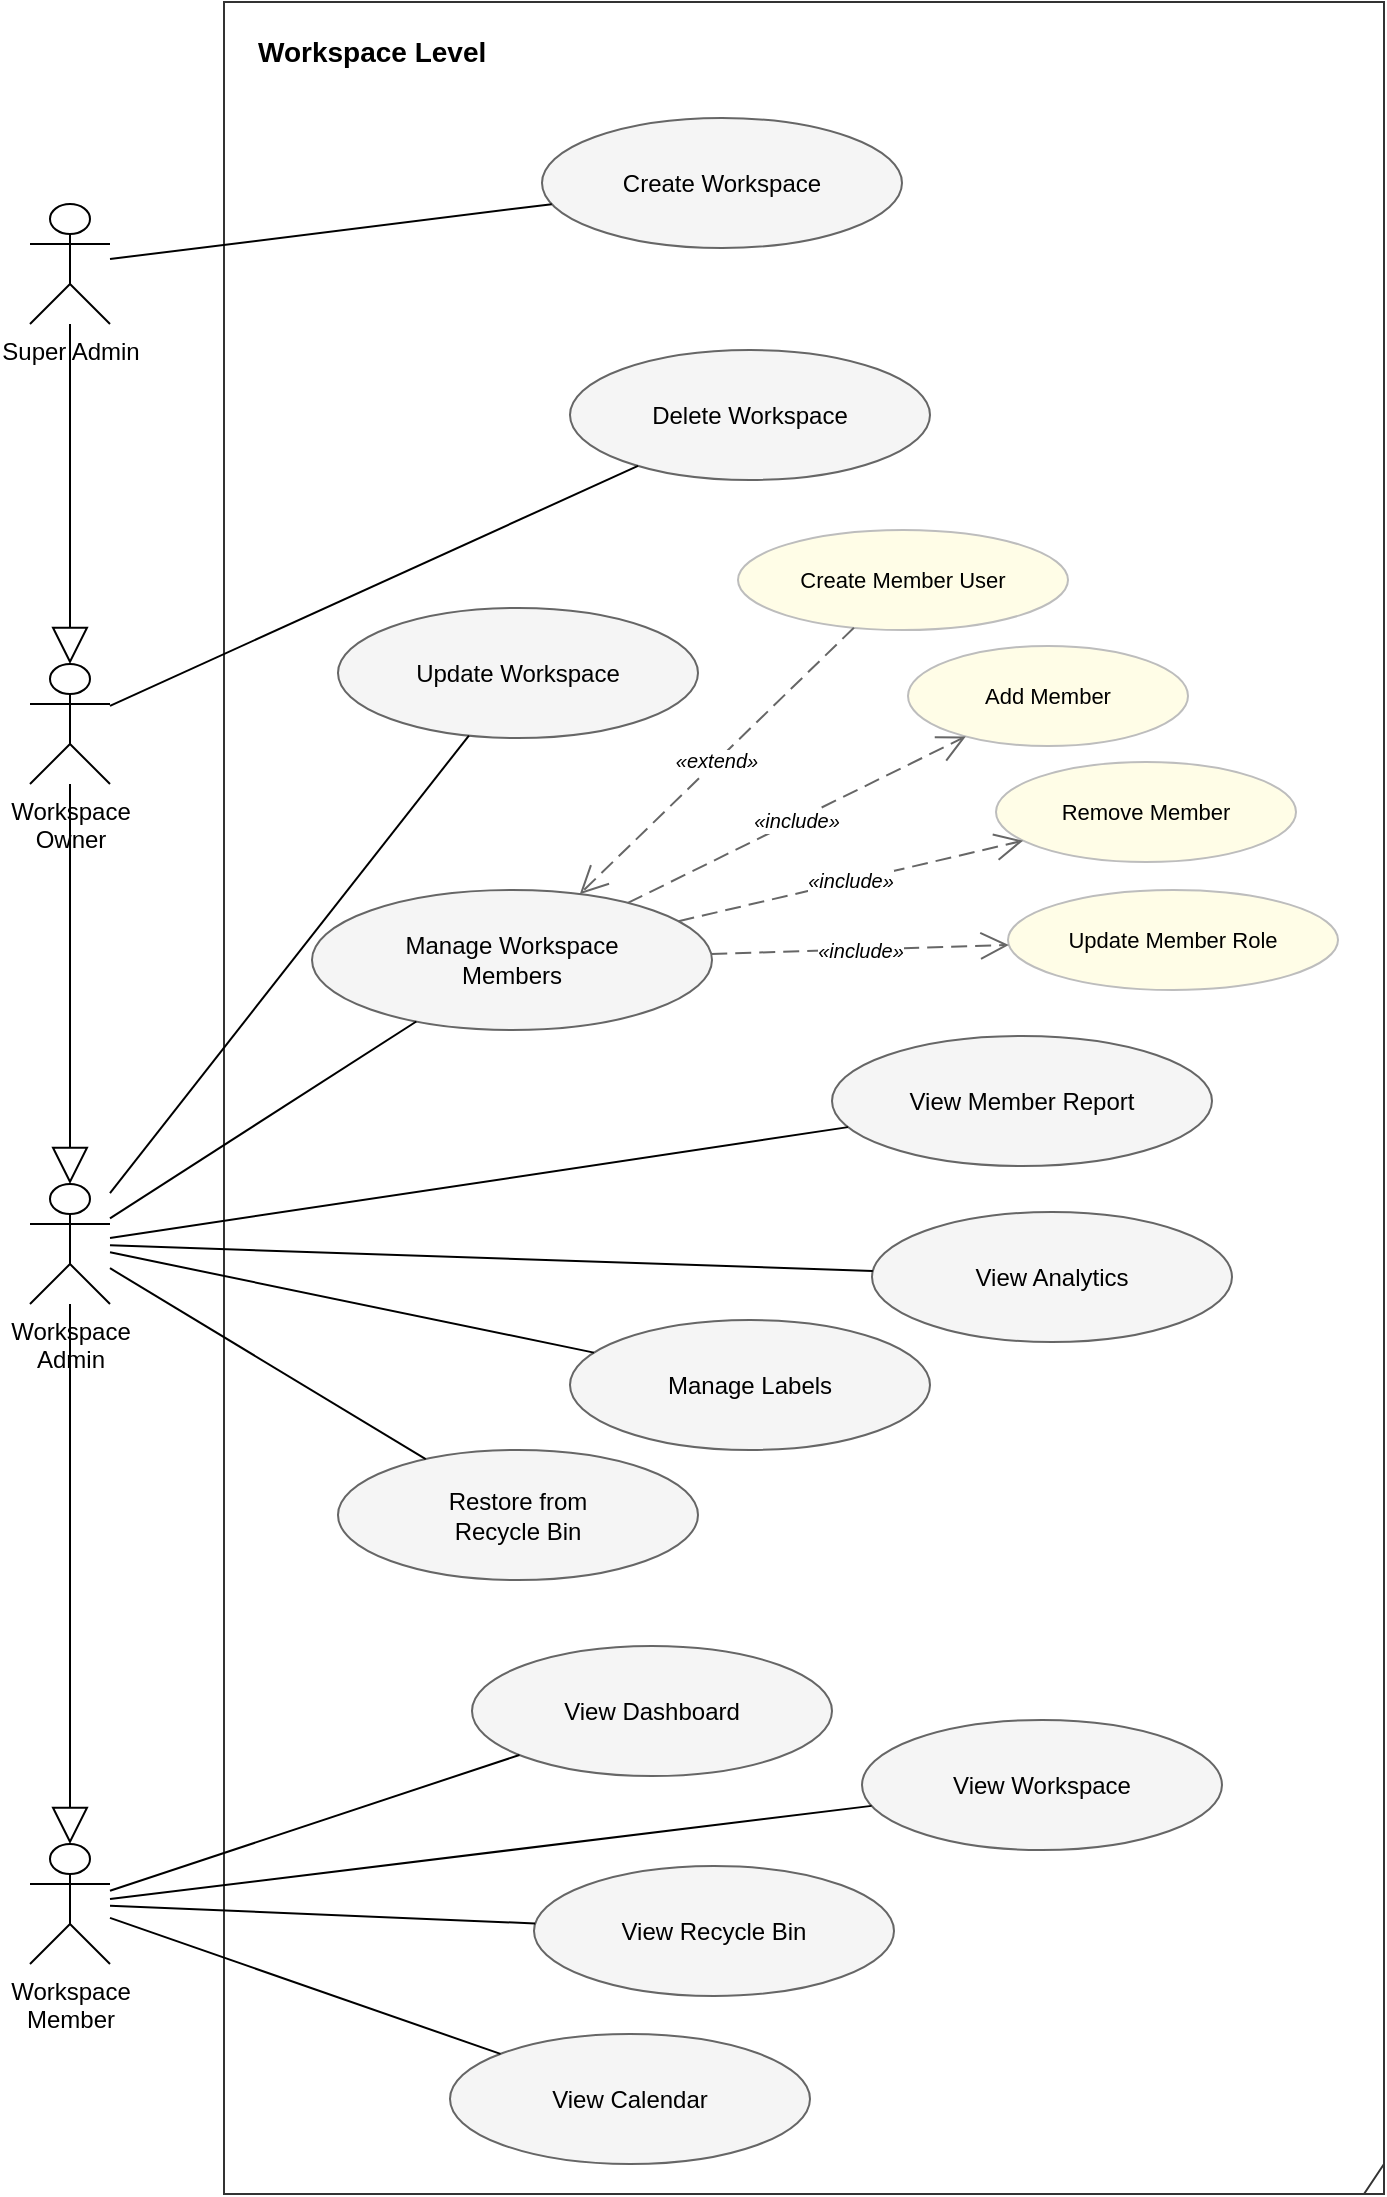
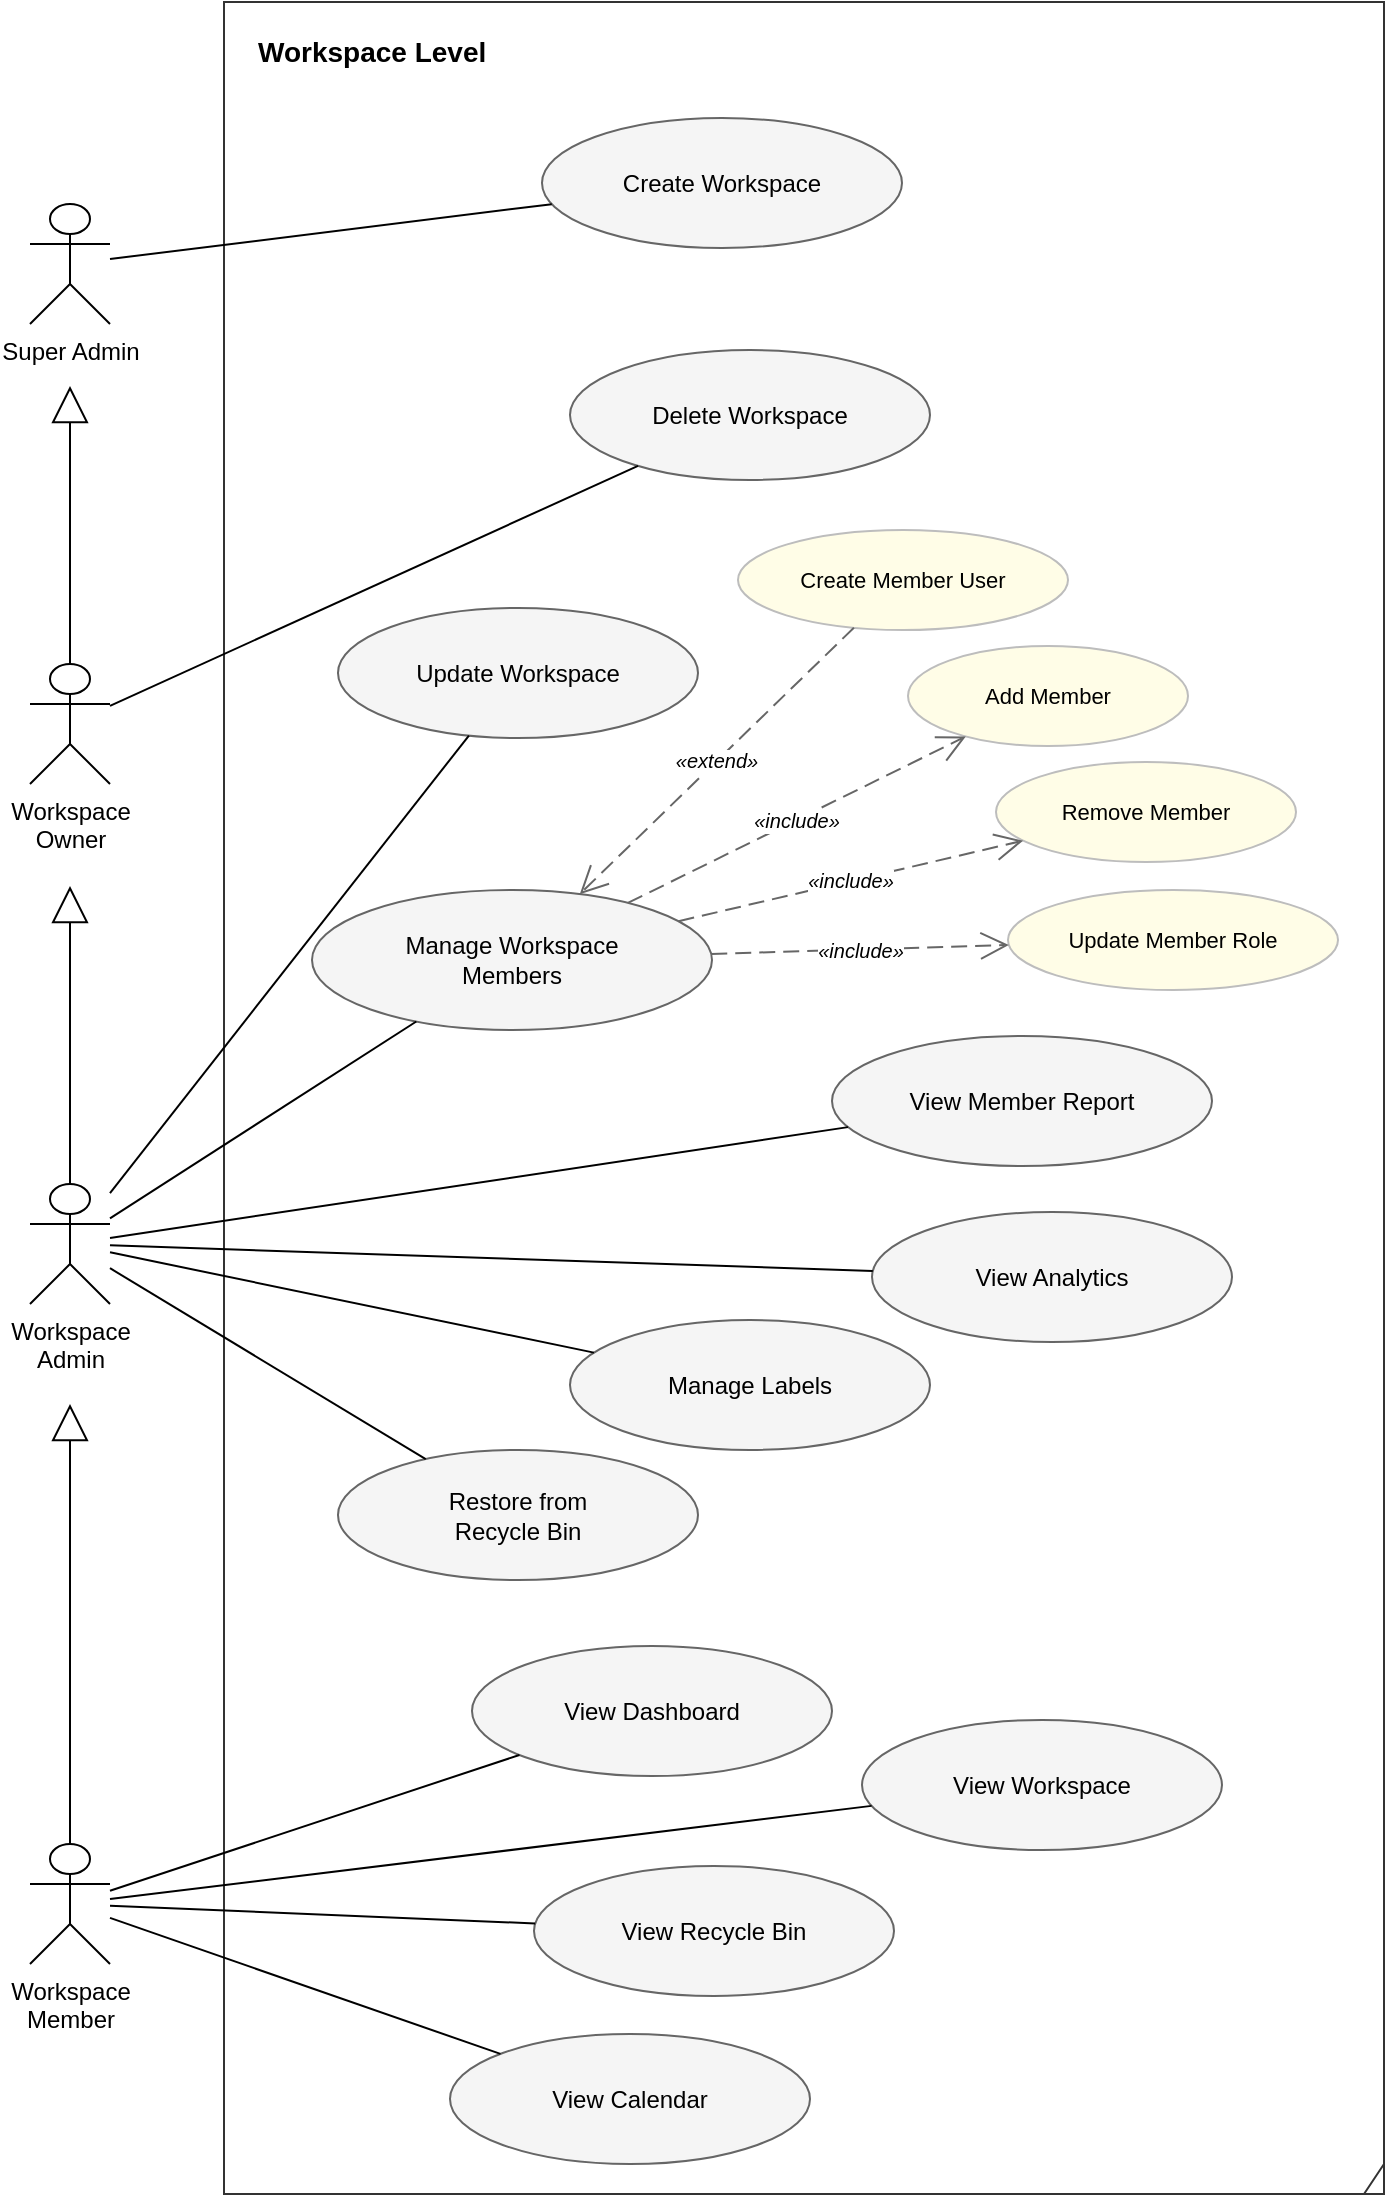
<mxfile host="app.diagrams.net" agent="draw.io">
  <diagram id="workspace-level" name="Use Case - Workspace Level">
-     <mxGraphModel dx="1471" dy="801" grid="0" gridSize="10" guides="1" tooltips="1" connect="1" arrows="1" fold="1" page="1" pageScale="1" pageWidth="2000" pageHeight="1400" math="0" shadow="0">
+     <mxGraphModel dx="2060" dy="1122" grid="0" gridSize="10" guides="1" tooltips="1" connect="1" arrows="1" fold="1" page="1" pageScale="1" pageWidth="2000" pageHeight="1400" math="0" shadow="0">
      <root>
        <mxCell id="0" />
        <mxCell id="1" parent="0" />
        <mxCell id="sys" parent="1" style="shape=umlFrame;whiteSpace=wrap;html=1;width=908;height=1210;fontSize=14;fontStyle=1;align=left;verticalAlign=top;spacingTop=10;spacingLeft=15;fillColor=none;strokeColor=#333333;" value="Workspace Level" vertex="1">
          <mxGeometry height="1096" width="580" x="371" y="92" as="geometry" />
        </mxCell>
        <mxCell id="a_super" parent="1" style="shape=umlActor;verticalLabelPosition=bottom;verticalAlign=top;html=1;outlineConnect=0;fontSize=12;" value="Super Admin" vertex="1">
          <mxGeometry height="60" width="40" x="274" y="193" as="geometry" />
        </mxCell>
        <mxCell id="a_owner" parent="1" style="shape=umlActor;verticalLabelPosition=bottom;verticalAlign=top;html=1;outlineConnect=0;fontSize=12;" value="Workspace&#xa;Owner" vertex="1">
          <mxGeometry height="60" width="40" x="274" y="423" as="geometry" />
        </mxCell>
        <mxCell id="a_admin" parent="1" style="shape=umlActor;verticalLabelPosition=bottom;verticalAlign=top;html=1;outlineConnect=0;fontSize=12;" value="Workspace&#xa;Admin" vertex="1">
          <mxGeometry height="60" width="40" x="274" y="683" as="geometry" />
        </mxCell>
        <mxCell id="a_member" parent="1" style="shape=umlActor;verticalLabelPosition=bottom;verticalAlign=top;html=1;outlineConnect=0;fontSize=12;" value="Workspace&#xa;Member" vertex="1">
          <mxGeometry height="60" width="40" x="274" y="1013" as="geometry" />
        </mxCell>
-         <mxCell id="g1" edge="1" parent="1" source="a_super" style="endArrow=block;endFill=0;endSize=16;html=1;entryX=0.5;entryY=0;entryDx=0;entryDy=0;entryPerimeter=0;" target="a_owner">
+         <mxCell id="g1" edge="1" parent="1" source="a_owner" style="endArrow=block;endFill=0;endSize=16;html=1;exitX=0.5;exitY=0;exitDx=0;exitDy=0;exitPerimeter=0;">
          <mxGeometry relative="1" as="geometry">
            <mxPoint x="233" y="322" as="sourcePoint" />
+             <mxPoint x="294" y="284" as="targetPoint" />
          </mxGeometry>
        </mxCell>
-         <mxCell id="g2" edge="1" parent="1" source="a_owner" style="endArrow=block;endFill=0;endSize=16;html=1;entryX=0.5;entryY=0;entryDx=0;entryDy=0;entryPerimeter=0;" target="a_admin">
+         <mxCell id="g2" edge="1" parent="1" source="a_admin" style="endArrow=block;endFill=0;endSize=16;html=1;exitX=0.5;exitY=0;exitDx=0;exitDy=0;exitPerimeter=0;">
          <mxGeometry relative="1" as="geometry">
-             <mxPoint x="179" y="472" as="sourcePoint" />
+             <mxPoint x="214" y="567" as="sourcePoint" />
+             <mxPoint x="294" y="534" as="targetPoint" />
          </mxGeometry>
        </mxCell>
-         <mxCell id="g3" edge="1" parent="1" source="a_admin" style="endArrow=block;endFill=0;endSize=16;html=1;entryX=0.5;entryY=0;entryDx=0;entryDy=0;entryPerimeter=0;" target="a_member">
+         <mxCell id="g3" edge="1" parent="1" source="a_member" style="endArrow=block;endFill=0;endSize=16;html=1;exitX=0.5;exitY=0;exitDx=0;exitDy=0;exitPerimeter=0;">
          <mxGeometry relative="1" as="geometry">
-             <mxPoint x="141" y="849" as="sourcePoint" />
+             <mxPoint x="204" y="905" as="sourcePoint" />
+             <mxPoint x="294" y="793" as="targetPoint" />
          </mxGeometry>
        </mxCell>
        <mxCell id="uc01" parent="1" style="ellipse;whiteSpace=wrap;html=1;fontSize=12;fillColor=#f5f5f5;strokeColor=#666666;" value="Create Workspace" vertex="1">
          <mxGeometry height="65" width="180" x="530" y="150" as="geometry" />
        </mxCell>
        <mxCell id="uc02" parent="1" style="ellipse;whiteSpace=wrap;html=1;fontSize=12;fillColor=#f5f5f5;strokeColor=#666666;" value="Delete Workspace" vertex="1">
          <mxGeometry height="65" width="180" x="544" y="266" as="geometry" />
        </mxCell>
        <mxCell id="uc03" parent="1" style="ellipse;whiteSpace=wrap;html=1;fontSize=12;fillColor=#f5f5f5;strokeColor=#666666;" value="Update Workspace" vertex="1">
          <mxGeometry height="65" width="180" x="428" y="395" as="geometry" />
        </mxCell>
        <mxCell id="uc04" parent="1" style="ellipse;whiteSpace=wrap;html=1;fontSize=12;fillColor=#f5f5f5;strokeColor=#666666;" value="Manage Workspace&#xa;Members" vertex="1">
          <mxGeometry height="70" width="200" x="415" y="536" as="geometry" />
        </mxCell>
        <mxCell id="uc05" parent="1" style="ellipse;whiteSpace=wrap;html=1;fontSize=12;fillColor=#f5f5f5;strokeColor=#666666;" value="Manage Labels" vertex="1">
          <mxGeometry height="65" width="180" x="544" y="751" as="geometry" />
        </mxCell>
        <mxCell id="uc08" parent="1" style="ellipse;whiteSpace=wrap;html=1;fontSize=12;fillColor=#f5f5f5;strokeColor=#666666;" value="Restore from&#xa;Recycle Bin" vertex="1">
          <mxGeometry height="65" width="180" x="428" y="816" as="geometry" />
        </mxCell>
        <mxCell id="uc09" parent="1" style="ellipse;whiteSpace=wrap;html=1;fontSize=12;fillColor=#f5f5f5;strokeColor=#666666;" value="View Workspace" vertex="1">
          <mxGeometry height="65" width="180" x="690" y="951" as="geometry" />
        </mxCell>
        <mxCell id="uc10" parent="1" style="ellipse;whiteSpace=wrap;html=1;fontSize=12;fillColor=#f5f5f5;strokeColor=#666666;" value="View Dashboard" vertex="1">
          <mxGeometry height="65" width="180" x="495" y="914" as="geometry" />
        </mxCell>
        <mxCell id="uc12" parent="1" style="ellipse;whiteSpace=wrap;html=1;fontSize=12;fillColor=#f5f5f5;strokeColor=#666666;" value="View Calendar" vertex="1">
          <mxGeometry height="65" width="180" x="484" y="1108" as="geometry" />
        </mxCell>
        <mxCell id="uc14" parent="1" style="ellipse;whiteSpace=wrap;html=1;fontSize=12;fillColor=#f5f5f5;strokeColor=#666666;" value="View Recycle Bin" vertex="1">
          <mxGeometry height="65" width="180" x="526" y="1024" as="geometry" />
        </mxCell>
        <mxCell id="uc16" parent="1" style="ellipse;whiteSpace=wrap;html=1;fontSize=12;fillColor=#f5f5f5;strokeColor=#666666;" value="View Member Report" vertex="1">
          <mxGeometry height="65" width="190" x="675" y="609" as="geometry" />
        </mxCell>
        <mxCell id="uc17" parent="1" style="ellipse;whiteSpace=wrap;html=1;fontSize=12;fillColor=#f5f5f5;strokeColor=#666666;" value="View Analytics" vertex="1">
          <mxGeometry height="65" width="180" x="695" y="697" as="geometry" />
        </mxCell>
        <mxCell id="uc04a" parent="1" style="ellipse;whiteSpace=wrap;html=1;fontSize=11;fillColor=#FFFDE7;strokeColor=#BDBDBD;" value="Add Member" vertex="1">
          <mxGeometry height="50" width="140" x="713" y="414" as="geometry" />
        </mxCell>
        <mxCell id="uc04b" parent="1" style="ellipse;whiteSpace=wrap;html=1;fontSize=11;fillColor=#FFFDE7;strokeColor=#BDBDBD;" value="Remove Member" vertex="1">
          <mxGeometry height="50" width="150" x="757" y="472" as="geometry" />
        </mxCell>
        <mxCell id="uc04c" parent="1" style="ellipse;whiteSpace=wrap;html=1;fontSize=11;fillColor=#FFFDE7;strokeColor=#BDBDBD;" value="Update Member Role" vertex="1">
          <mxGeometry height="50" width="165" x="763" y="536" as="geometry" />
        </mxCell>
        <mxCell id="uc04d" parent="1" style="ellipse;whiteSpace=wrap;html=1;fontSize=11;fillColor=#FFFDE7;strokeColor=#BDBDBD;" value="Create Member User" vertex="1">
          <mxGeometry height="50" width="165" x="628" y="356" as="geometry" />
        </mxCell>
        <mxCell id="as01" edge="1" parent="1" source="a_super" style="endArrow=none;html=1;strokeWidth=1;" target="uc01">
          <mxGeometry relative="1" as="geometry" />
        </mxCell>
        <mxCell id="as02" edge="1" parent="1" source="a_owner" style="endArrow=none;html=1;strokeWidth=1;" target="uc02">
          <mxGeometry relative="1" as="geometry" />
        </mxCell>
        <mxCell id="as03" edge="1" parent="1" source="a_admin" style="endArrow=none;html=1;strokeWidth=1;" target="uc03">
          <mxGeometry relative="1" as="geometry" />
        </mxCell>
        <mxCell id="as04" edge="1" parent="1" source="a_admin" style="endArrow=none;html=1;strokeWidth=1;" target="uc04">
          <mxGeometry relative="1" as="geometry" />
        </mxCell>
        <mxCell id="as05" edge="1" parent="1" source="a_admin" style="endArrow=none;html=1;strokeWidth=1;" target="uc05">
          <mxGeometry relative="1" as="geometry" />
        </mxCell>
        <mxCell id="as08" edge="1" parent="1" source="a_admin" style="endArrow=none;html=1;strokeWidth=1;" target="uc08">
          <mxGeometry relative="1" as="geometry" />
        </mxCell>
        <mxCell id="as09" edge="1" parent="1" source="a_member" style="endArrow=none;html=1;strokeWidth=1;" target="uc09">
          <mxGeometry relative="1" as="geometry" />
        </mxCell>
        <mxCell id="as10" edge="1" parent="1" source="a_member" style="endArrow=none;html=1;strokeWidth=1;" target="uc10">
          <mxGeometry relative="1" as="geometry" />
        </mxCell>
        <mxCell id="as12" edge="1" parent="1" source="a_member" style="endArrow=none;html=1;strokeWidth=1;" target="uc12">
          <mxGeometry relative="1" as="geometry" />
        </mxCell>
        <mxCell id="as14" edge="1" parent="1" source="a_member" style="endArrow=none;html=1;strokeWidth=1;" target="uc14">
          <mxGeometry relative="1" as="geometry" />
        </mxCell>
        <mxCell id="as16" edge="1" parent="1" source="a_admin" style="endArrow=none;html=1;strokeWidth=1;" target="uc16">
          <mxGeometry relative="1" as="geometry" />
        </mxCell>
        <mxCell id="as17" edge="1" parent="1" source="a_admin" style="endArrow=none;html=1;strokeWidth=1;" target="uc17">
          <mxGeometry relative="1" as="geometry" />
        </mxCell>
        <mxCell id="i01" edge="1" parent="1" source="uc04" style="html=1;dashed=1;dashPattern=8 4;endArrow=open;endSize=12;labelBackgroundColor=#FFFFFF;fontSize=10;fontStyle=2;strokeColor=#666666;" target="uc04a" value="«include»">
          <mxGeometry relative="1" as="geometry" />
        </mxCell>
        <mxCell id="i02" edge="1" parent="1" source="uc04" style="html=1;dashed=1;dashPattern=8 4;endArrow=open;endSize=12;labelBackgroundColor=#FFFFFF;fontSize=10;fontStyle=2;strokeColor=#666666;" target="uc04b" value="«include»">
          <mxGeometry relative="1" as="geometry" />
        </mxCell>
        <mxCell id="i03" edge="1" parent="1" source="uc04" style="html=1;dashed=1;dashPattern=8 4;endArrow=open;endSize=12;labelBackgroundColor=#FFFFFF;fontSize=10;fontStyle=2;strokeColor=#666666;" target="uc04c" value="«include»">
          <mxGeometry relative="1" as="geometry" />
        </mxCell>
        <mxCell id="e01" edge="1" parent="1" source="uc04d" style="html=1;dashed=1;dashPattern=8 4;endArrow=open;endSize=12;labelBackgroundColor=#FFFFFF;fontSize=10;fontStyle=2;strokeColor=#666666;" target="uc04" value="«extend»">
          <mxGeometry relative="1" as="geometry" />
        </mxCell>
      </root>
    </mxGraphModel>
  </diagram>
</mxfile>
